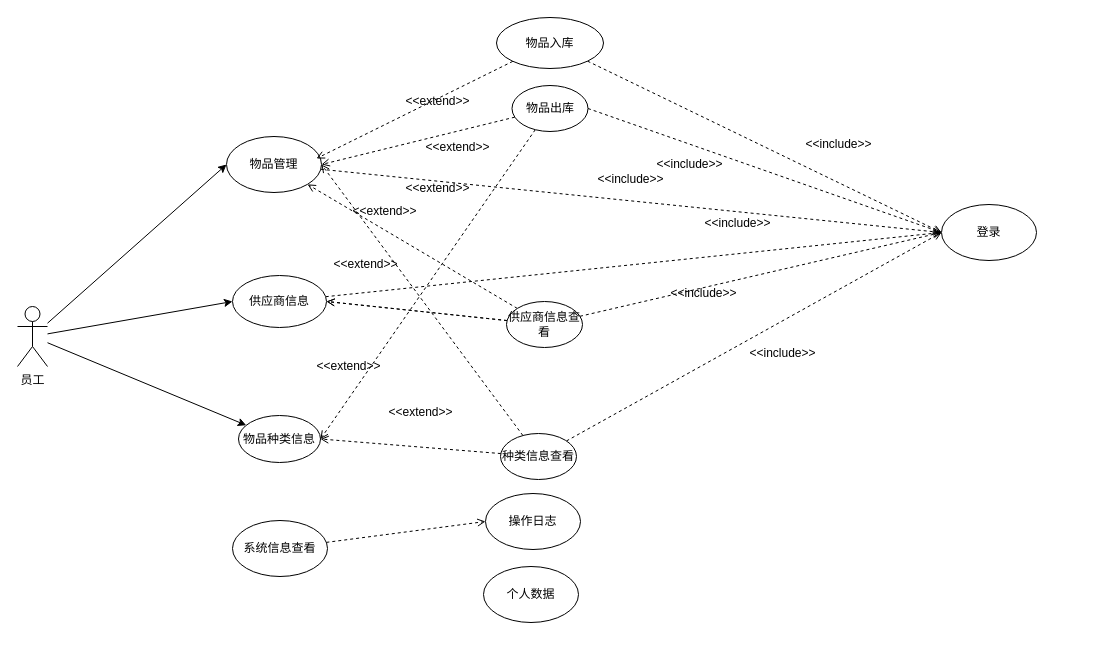
This is save/管理员用例图.drawio from kehaha-5/drawio, a draw.io file, before an edit. Source tidied: cells renumbered, new cells numbered last; positions are measured from the earlier drawing's top-left corner, leaving out a move shared by most shapes. Both pictures are drawn from the tidied source at 100%, with x=0, y=0 at pixel (17, 17).
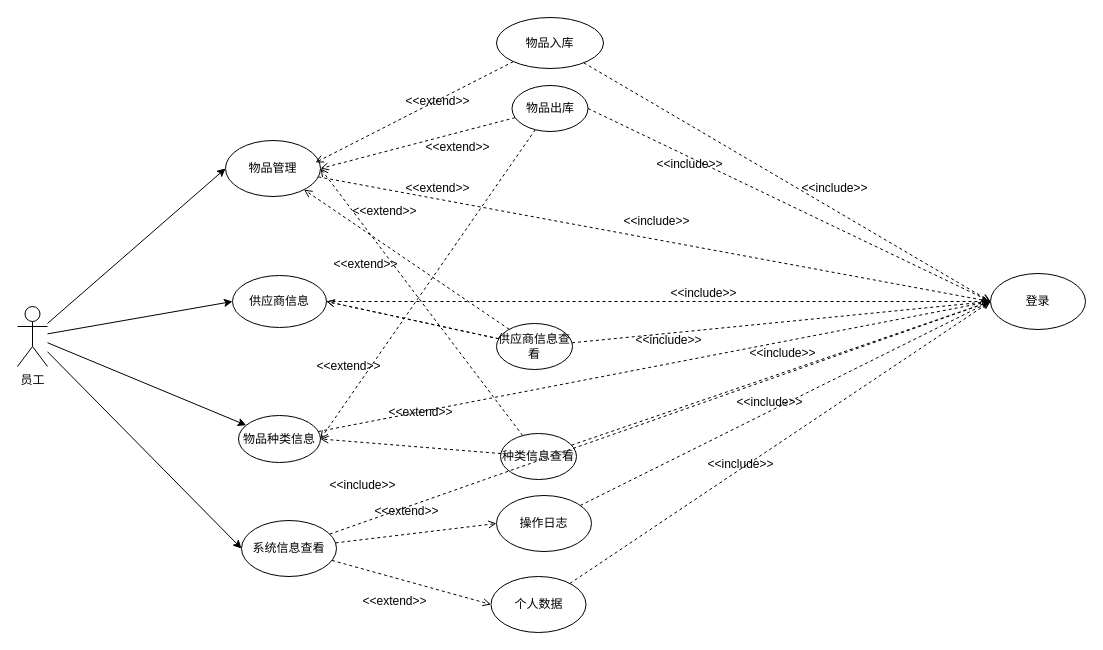
The same diagram, later.

Commit message (it also covers changes not shown here):
更新管理员用例图.drawio

The change refers to these unchanged cells:
```xml
<mxCell id="5" value="员工" style="shape=umlActor;verticalLabelPosition=bottom;verticalAlign=top;html=1;outlineConnect=0;" parent="1" vertex="1">
  <mxGeometry y="289" width="30" height="60" as="geometry" />
</mxCell>
<mxCell id="10" value="物品种类信息" style="ellipse;whiteSpace=wrap;html=1;" parent="1" vertex="1">
  <mxGeometry x="221" y="398" width="82" height="47" as="geometry" />
</mxCell>
```

What changed in the source:
```diff
@@
+    <mxCell id="46" style="rounded=0;jettySize=auto;html=1;entryX=0;entryY=0.5;entryDx=0;entryDy=0;" parent="1" edge="1" source="5" target="43">
+      <mxGeometry relative="1" as="geometry" />
+    </mxCell>
@@
     <mxCell id="7" value="物品管理" style="ellipse;whiteSpace=wrap;html=1;" parent="1" vertex="1">
-      <mxGeometry x="209" y="119" width="95" height="56" as="geometry" />
+      <mxGeometry x="208" y="123" width="95" height="56" as="geometry" />
     </mxCell>
@@
+    <mxCell id="47" style="rounded=0;jettySize=auto;html=1;entryX=0;entryY=0.5;entryDx=0;entryDy=0;dashed=1;endArrow=open;endFill=0;" parent="1" edge="1" source="10" target="30">
+      <mxGeometry relative="1" as="geometry" />
+    </mxCell>
@@
     <mxCell id="21" value="供应商信息查看" style="ellipse;whiteSpace=wrap;html=1;" parent="1" vertex="1">
-      <mxGeometry x="489" y="284" width="76" height="46" as="geometry" />
+      <mxGeometry x="479" y="306" width="76" height="46" as="geometry" />
     </mxCell>
@@
     <mxCell id="30" value="登录" style="ellipse;whiteSpace=wrap;html=1;" parent="1" vertex="1">
-      <mxGeometry x="924" y="187" width="95" height="56" as="geometry" />
+      <mxGeometry x="973" y="256" width="95" height="56" as="geometry" />
     </mxCell>
@@
     <mxCell id="33" value="&amp;lt;&amp;lt;include&amp;gt;&amp;gt;" style="text;html=1;align=center;verticalAlign=middle;strokeColor=none;fillColor=none;" parent="1" vertex="1">
-      <mxGeometry x="678" y="193" width="84" height="26" as="geometry" />
+      <mxGeometry x="609" y="310" width="84" height="26" as="geometry" />
     </mxCell>
     <mxCell id="34" value="&amp;lt;&amp;lt;include&amp;gt;&amp;gt;" style="text;html=1;align=center;verticalAlign=middle;strokeColor=none;fillColor=none;" parent="1" vertex="1">
-      <mxGeometry x="779" y="114" width="84" height="26" as="geometry" />
+      <mxGeometry x="775" y="158" width="84" height="26" as="geometry" />
     </mxCell>
@@
-    <mxCell id="41" value="&amp;lt;&amp;lt;include&amp;gt;&amp;gt;" style="text;html=1;align=center;verticalAlign=middle;strokeColor=none;fillColor=none;" parent="1" vertex="1">
-      <mxGeometry x="570.5" y="149" width="84" height="26" as="geometry" />
-    </mxCell>
@@
+    <mxCell id="48" style="rounded=0;jettySize=auto;html=1;entryX=0;entryY=0.5;entryDx=0;entryDy=0;dashed=1;endArrow=open;endFill=0;" parent="1" edge="1" source="43" target="45">
+      <mxGeometry relative="1" as="geometry" />
+    </mxCell>
+    <mxCell id="49" style="rounded=0;jettySize=auto;html=1;entryX=0;entryY=0.5;entryDx=0;entryDy=0;dashed=1;" parent="1" edge="1" source="43" target="30">
+      <mxGeometry relative="1" as="geometry" />
+    </mxCell>
     <mxCell id="43" value="系统信息查看" style="ellipse;whiteSpace=wrap;html=1;" parent="1" vertex="1">
-      <mxGeometry x="215" y="503" width="95" height="56" as="geometry" />
+      <mxGeometry x="224" y="503" width="95" height="56" as="geometry" />
     </mxCell>
+    <mxCell id="50" style="rounded=0;jettySize=auto;html=1;entryX=0;entryY=0.5;entryDx=0;entryDy=0;dashed=1;endArrow=open;endFill=0;" parent="1" edge="1" source="44" target="30">
+      <mxGeometry relative="1" as="geometry" />
+    </mxCell>
     <mxCell id="44" value="操作日志" style="ellipse;whiteSpace=wrap;html=1;" parent="1" vertex="1">
-      <mxGeometry x="468" y="476" width="95" height="56" as="geometry" />
+      <mxGeometry x="479" y="478" width="95" height="56" as="geometry" />
     </mxCell>
+    <mxCell id="51" style="rounded=0;jettySize=auto;html=1;entryX=0;entryY=0.5;entryDx=0;entryDy=0;dashed=1;endArrow=open;endFill=0;" parent="1" edge="1" source="45" target="30">
+      <mxGeometry relative="1" as="geometry" />
+    </mxCell>
     <mxCell id="45" value="个人数据" style="ellipse;whiteSpace=wrap;html=1;" parent="1" vertex="1">
-      <mxGeometry x="466" y="549" width="95" height="56" as="geometry" />
+      <mxGeometry x="473.5" y="559" width="95" height="56" as="geometry" />
     </mxCell>
+    <mxCell id="52" value="&amp;lt;&amp;lt;extend&amp;gt;&amp;gt;" style="text;html=1;align=center;verticalAlign=middle;strokeColor=none;fillColor=none;" parent="1" vertex="1">
+      <mxGeometry x="348" y="481" width="82" height="26" as="geometry" />
+    </mxCell>
+    <mxCell id="53" value="&amp;lt;&amp;lt;extend&amp;gt;&amp;gt;" style="text;html=1;align=center;verticalAlign=middle;strokeColor=none;fillColor=none;" parent="1" vertex="1">
+      <mxGeometry x="336" y="571" width="82" height="26" as="geometry" />
+    </mxCell>
+    <mxCell id="54" value="&amp;lt;&amp;lt;include&amp;gt;&amp;gt;" style="text;html=1;align=center;verticalAlign=middle;strokeColor=none;fillColor=none;" parent="1" vertex="1">
+      <mxGeometry x="710" y="372" width="84" height="26" as="geometry" />
+    </mxCell>
+    <mxCell id="55" value="&amp;lt;&amp;lt;include&amp;gt;&amp;gt;" style="text;html=1;align=center;verticalAlign=middle;strokeColor=none;fillColor=none;" parent="1" vertex="1">
+      <mxGeometry x="681" y="434" width="84" height="26" as="geometry" />
+    </mxCell>
+    <mxCell id="56" value="&amp;lt;&amp;lt;include&amp;gt;&amp;gt;" style="text;html=1;align=center;verticalAlign=middle;strokeColor=none;fillColor=none;" parent="1" vertex="1">
+      <mxGeometry x="303" y="455" width="84" height="26" as="geometry" />
+    </mxCell>
+    <mxCell id="57" value="&amp;lt;&amp;lt;include&amp;gt;&amp;gt;" style="text;html=1;align=center;verticalAlign=middle;strokeColor=none;fillColor=none;" parent="1" vertex="1">
+      <mxGeometry x="597" y="191" width="84" height="26" as="geometry" />
+    </mxCell>
```
